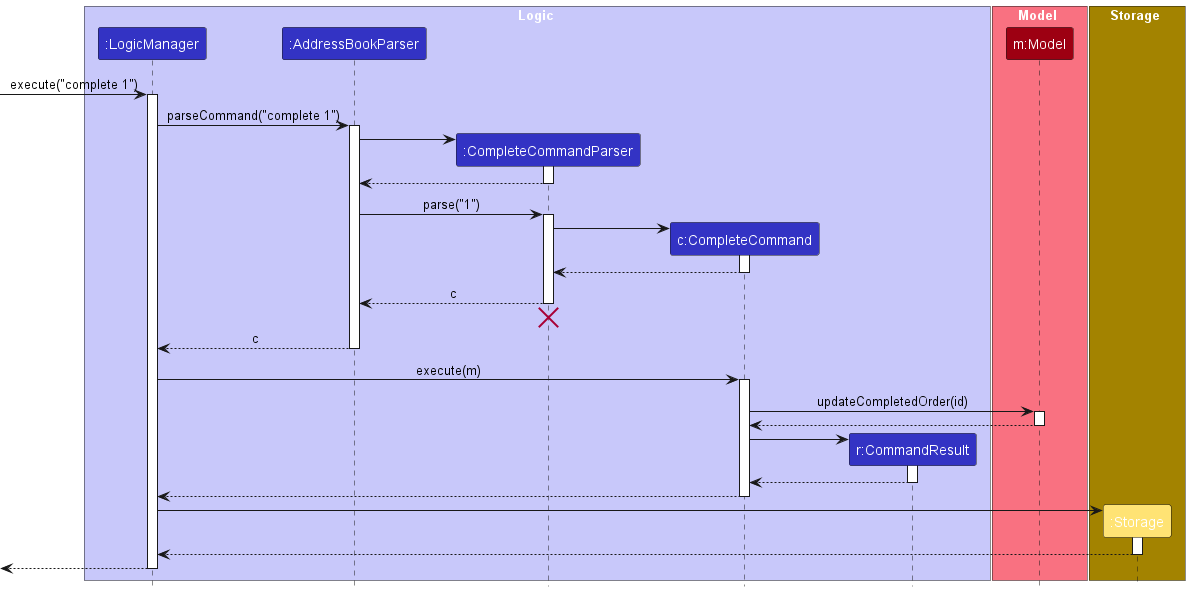
bertrandong/tp keeps this PlantUML diagram as docs/images/CompleteSequenceDiagram-Logic.png. Above is the earlier version.
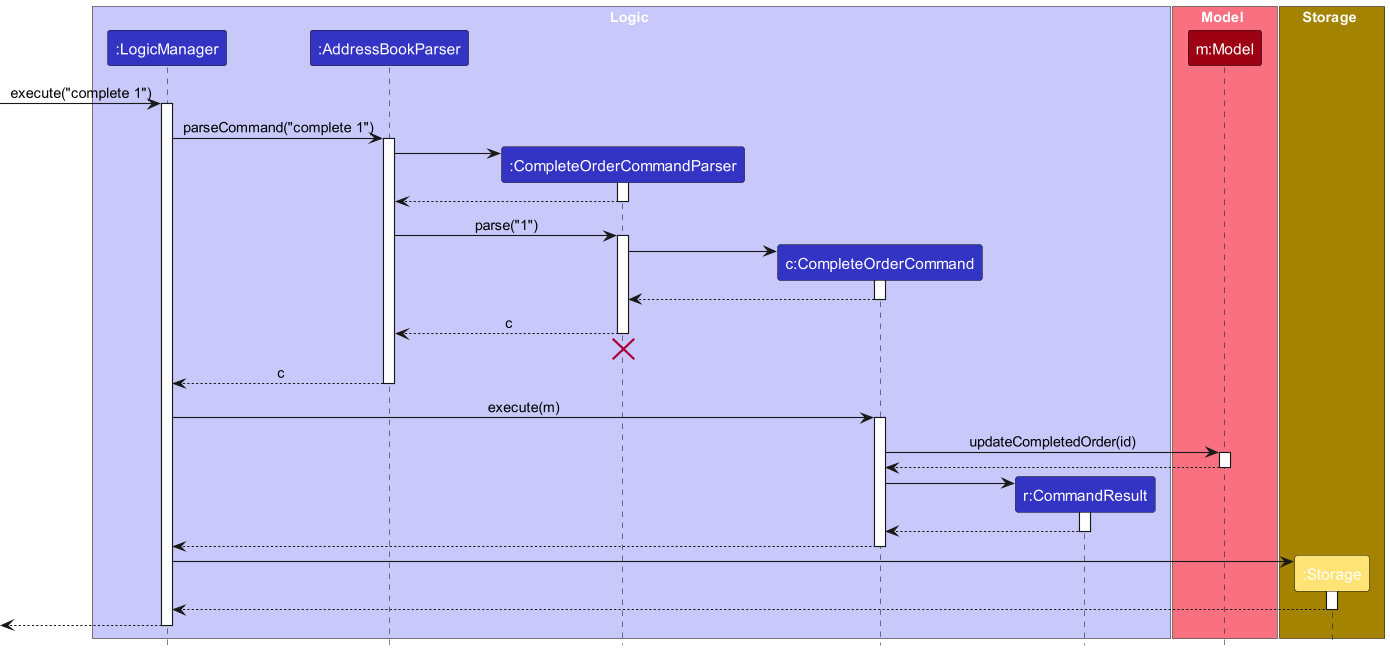
After the commit.

The edit, as a diff of the source:
```diff
@@ -5,8 +5,8 @@
 box Logic LOGIC_COLOR_T1
 participant ":LogicManager" as LogicManager LOGIC_COLOR
 participant ":AddressBookParser" as AddressBookParser LOGIC_COLOR
-participant ":CompleteCommandParser" as CompleteCommandParser LOGIC_COLOR
-participant "c:CompleteCommand" as CompleteCommand LOGIC_COLOR
+participant ":CompleteOrderCommandParser" as CompleteCommandParser LOGIC_COLOR
+participant "c:CompleteOrderCommand" as CompleteCommand LOGIC_COLOR
 participant "r:CommandResult" as CommandResult LOGIC_COLOR
 end box
 
```
